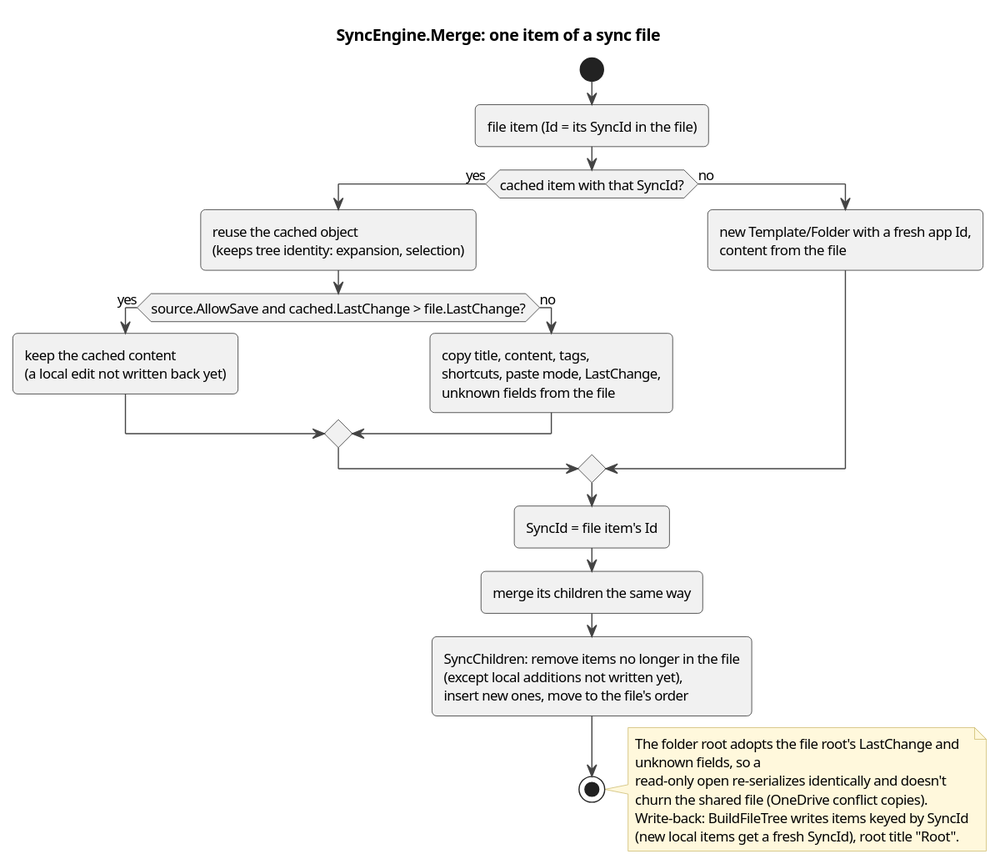
Before: docs/architecture/diagrams/act-sync-merge.svg, a diagram exported from PlantUML (halatsWol/TextTemplateManager-v2).
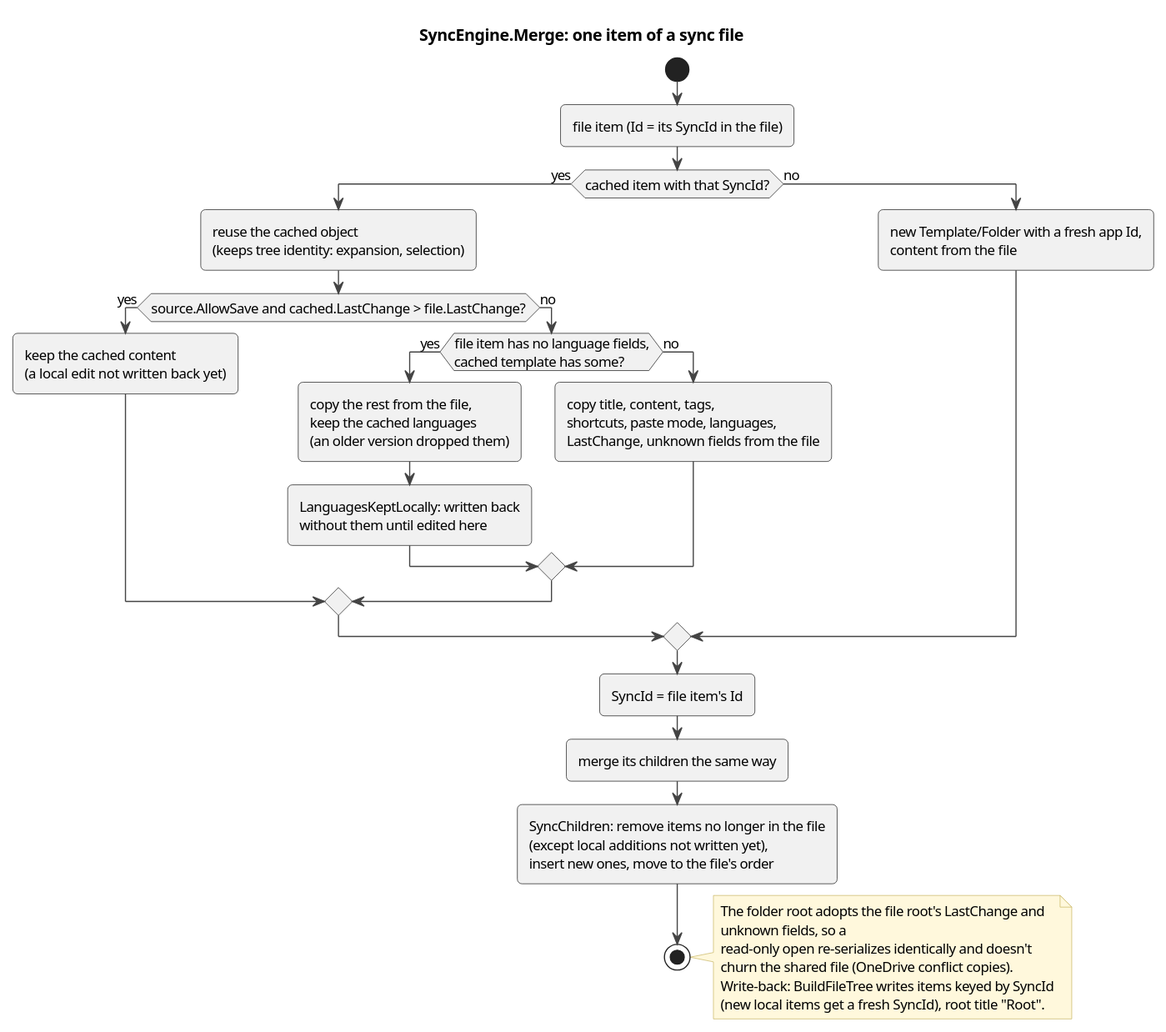
After the commit.

What changed in the source:
```diff
@@ -9,7 +9,12 @@
   if (source.AllowSave and cached.LastChange > file.LastChange?) then (yes)
     :keep the cached content\n(a local edit not written back yet);
   else (no)
-    :copy title, content, tags,\nshortcuts, paste mode, LastChange,\nunknown fields from the file;
+    if (file item has no language fields,\ncached template has some?) then (yes)
+      :copy the rest from the file,\nkeep the cached languages\n(an older version dropped them);
+      :LanguagesKeptLocally: written back\nwithout them until edited here;
+    else (no)
+      :copy title, content, tags,\nshortcuts, paste mode, languages,\nLastChange, unknown fields from the file;
+    endif
   endif
 else (no)
   :new Template/Folder with a fresh app Id,\ncontent from the file;
```
